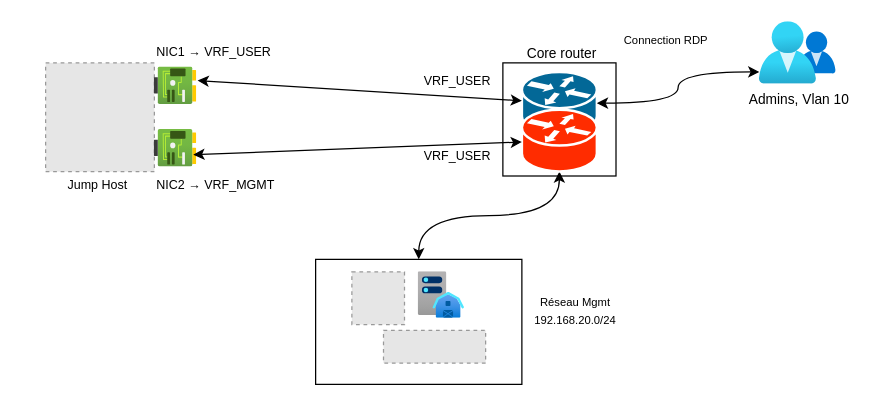
HarounBendjeddou/Drawio keeps this draw.io diagram as Danone_option2.drawio. Above is the earlier version. Source tidied: cells renumbered, new cells numbered last; positions are measured from the earlier drawing's top-left corner, leaving out a move shared by most shapes. Both pictures are drawn from the tidied source at 125%, with x=0, y=0 at pixel (45, 21). Pictures stored in the file or linked from it are replaced by grey dashed boxes.
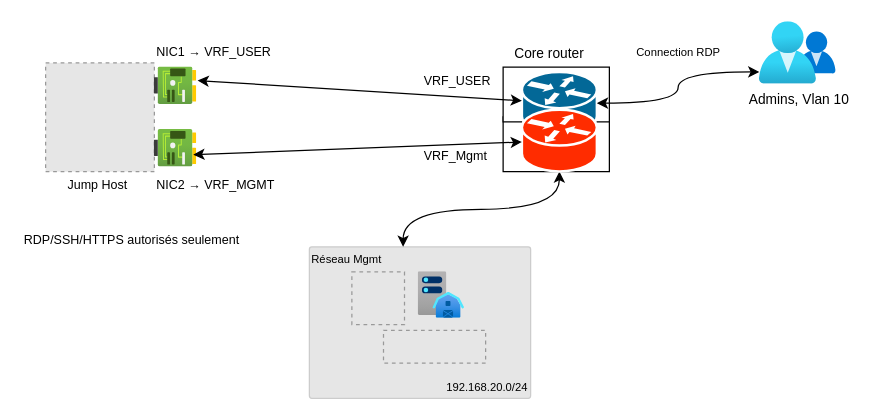
The same page after the edit.

Commit message:
Mettre à jour Danone_option2.drawio

The change refers to these unchanged cells:
```xml
<mxCell id="20" style="shape=mxgraph.cisco.routers.router;sketch=0;html=1;dashed=0;fillColor=#FF2C00;strokeColor=#FFFFFF;strokeWidth=2;verticalLabelPosition=bottom;verticalAlign=top;align=center;outlineConnect=0;" parent="1" vertex="1">
  <mxGeometry x="381" y="70.2" width="60" height="49.5" as="geometry" />
</mxCell>
```

What changed in the source:
```diff
@@
-    <mxCell id="2" style="whiteSpace=wrap;html=1;" parent="1" vertex="1">
-      <mxGeometry x="365.8" y="32.8" width="90.5" height="90.5" as="geometry" />
-    </mxCell>
+    <mxCell id="27" style="rounded=0;whiteSpace=wrap;html=1;fillColor=light-dark(#FFFFFF,#FF6666);" parent="1" vertex="1">
+      <mxGeometry x="366" y="76" width="85" height="43.8" as="geometry" />
+    </mxCell>
+    <mxCell id="28" style="rounded=0;whiteSpace=wrap;html=1;fillColor=light-dark(#FFFFFF,#007FFF);" parent="1" vertex="1">
+      <mxGeometry x="366" y="36.2" width="85" height="43.8" as="geometry" />
+    </mxCell>
@@
     <mxCell id="5" value="&lt;font style=&quot;font-size: 9px;&quot;&gt;Connection RDP&lt;/font&gt;" style="text;whiteSpace=wrap;html=1;" parent="1" vertex="1">
-      <mxGeometry x="461" width="110" height="20" as="geometry" />
+      <mxGeometry x="471" y="10" width="80" height="20" as="geometry" />
     </mxCell>
     <mxCell id="6" value="Core router" style="edgeLabel;html=1;align=right;verticalAlign=bottom;" parent="1" vertex="1">
-      <mxGeometry x="441" y="32.8" as="geometry" />
+      <mxGeometry x="431" y="32.8" as="geometry" />
     </mxCell>
@@
     <mxCell id="8" style="group;" parent="1" vertex="1">
-      <mxGeometry x="245" y="190" width="136" height="100" as="geometry" />
+      <mxGeometry x="245" y="190" width="157" height="111.1" as="geometry" />
     </mxCell>
-    <mxCell id="9" style="rounded=0;whiteSpace=wrap;html=1;" parent="8" vertex="1">
-      <mxGeometry x="-29" width="165" height="100" as="geometry" />
-    </mxCell>
+    <mxCell id="29" style="group;" parent="8" vertex="1">
+      <mxGeometry x="-34" y="-10" width="177" height="121.1" as="geometry" />
+    </mxCell>
+    <mxCell id="30" style="rounded=1;whiteSpace=wrap;html=1;sketch=0;fontSize=10;strokeColor=#CCCCCC;fillColor=#E6E6E6;gradientColor=none;gradientDirection=south;absoluteArcSize=1;arcSize=4;" parent="29" vertex="1">
+      <mxGeometry width="177" height="121.1" as="geometry" />
+    </mxCell>
+    <mxCell id="31" value="&lt;font style=&quot;font-size: 9px;&quot;&gt;192.168.20.0/24&lt;/font&gt;" style="text;html=1;strokeColor=none;fillColor=none;align=right;verticalAlign=middle;whiteSpace=wrap;rounded=0;sketch=0;fontSize=4;labelPosition=center;verticalLabelPosition=middle;horizontal=1;" parent="29" vertex="1">
+      <mxGeometry x="90.3" y="104.7" width="86.7" height="16.3" as="geometry" />
+    </mxCell>
+    <mxCell id="32" value="&lt;font style=&quot;font-size: 9px;&quot;&gt;Réseau Mgmt&lt;/font&gt;" style="text;html=1;strokeColor=none;fillColor=none;align=left;verticalAlign=middle;whiteSpace=wrap;rounded=0;sketch=0;fontSize=4;" parent="29" vertex="1">
+      <mxGeometry width="150" height="20" as="geometry" />
+    </mxCell>
@@
-    <mxCell id="13" value="&lt;font style=&quot;font-size: 9px;&quot;&gt;Réseau Mgmt&lt;br&gt;192.168.20.0/24&lt;/font&gt;" style="text;whiteSpace=wrap;html=1;fillColor=none;align=center;" parent="1" vertex="1">
-      <mxGeometry x="374" y="210" width="100" height="20" as="geometry" />
-    </mxCell>
-    <mxCell id="14" style="endArrow=classic;startArrow=classic;html=1;rounded=0;edgeStyle=orthogonalEdgeStyle;curved=1;exitX=0.5;exitY=0;exitDx=0;exitDy=0;" parent="1" edge="1" source="9" target="20">
+    <mxCell id="14" style="endArrow=classic;startArrow=classic;html=1;rounded=0;edgeStyle=orthogonalEdgeStyle;curved=1;exitX=0.5;exitY=0;exitDx=0;exitDy=0;" parent="1" edge="1" source="32" target="20">
       <mxGeometry relative="1" as="geometry" />
     </mxCell>
@@
-    <mxCell id="23" value="&lt;font style=&quot;font-size: 10px;&quot;&gt;VRF_USER&lt;/font&gt;" style="text;whiteSpace=wrap;html=1;" parent="1" vertex="1">
+    <mxCell id="23" value="&lt;font style=&quot;font-size: 10px; color: light-dark(rgb(0, 0, 0), rgb(0, 127, 255));&quot;&gt;VRF_Mgmt&lt;/font&gt;" style="text;whiteSpace=wrap;html=1;" parent="1" vertex="1">
       <mxGeometry x="301" y="93.2" width="52" height="30" as="geometry" />
     </mxCell>
@@
-    <mxCell id="26" value="&lt;font style=&quot;font-size: 10px;&quot;&gt;VRF_USER&lt;/font&gt;" style="text;whiteSpace=wrap;html=1;" parent="1" vertex="1">
+    <mxCell id="26" value="&lt;font style=&quot;font-size: 10px; color: light-dark(rgb(0, 0, 0), rgb(255, 51, 51));&quot;&gt;VRF_USER&lt;/font&gt;" style="text;whiteSpace=wrap;html=1;" parent="1" vertex="1">
       <mxGeometry x="301" y="32.8" width="52" height="30" as="geometry" />
     </mxCell>
+    <mxCell id="33" value="&lt;font style=&quot;font-size: 10px;&quot;&gt;RDP/SSH/HTTPS autorisés seulement&lt;/font&gt;" style="text;whiteSpace=wrap;html=1;" parent="1" vertex="1">
+      <mxGeometry x="-19" y="160" width="180" height="40" as="geometry" />
+    </mxCell>
```
